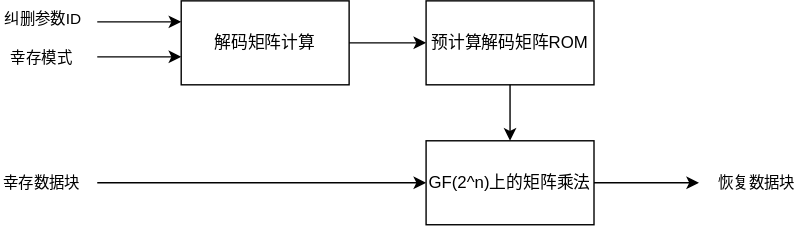
Earlier version of the draw.io export graphs/XAPP1273.drawio.svg (Starman-SWA/drawio). Source tidied: cells renumbered, new cells last; positions are measured from the earlier drawing's top-left corner, leaving out a move shared by most shapes.
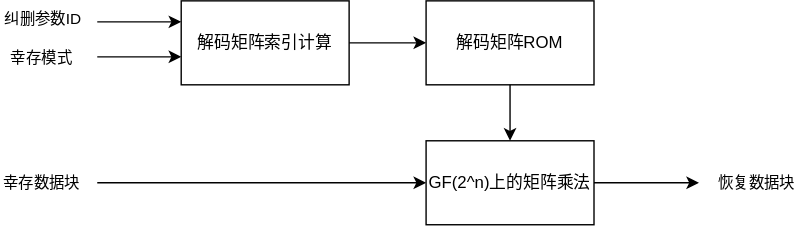
After the commit.

The edit, as a diff of the source:
```diff
@@ -2,10 +2,10 @@
   <root>
     <mxCell id="0" />
     <mxCell id="1" parent="0" />
-    <mxCell id="2" value="解码矩阵计算" style="rounded=0;whiteSpace=wrap;html=1;" parent="1" vertex="1">
+    <mxCell id="2" value="解码矩阵索引计算" style="rounded=0;whiteSpace=wrap;html=1;" parent="1" vertex="1">
       <mxGeometry x="100" width="120" height="60" as="geometry" />
     </mxCell>
-    <mxCell id="3" value="预计算解码矩阵ROM" style="rounded=0;whiteSpace=wrap;html=1;" parent="1" vertex="1">
+    <mxCell id="3" value="解码矩阵ROM" style="rounded=0;whiteSpace=wrap;html=1;" parent="1" vertex="1">
       <mxGeometry x="275" width="120" height="60" as="geometry" />
     </mxCell>
     <mxCell id="4" value="GF(2^n)上的矩阵乘法" style="rounded=0;whiteSpace=wrap;html=1;" parent="1" vertex="1">
```
